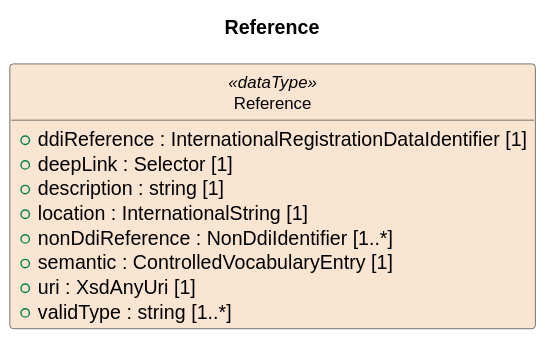
Before: build/plantuml/cdifCodelist/DataTypes/Reference.svg, a diagram exported from PlantUML (Cross-Domain-Interoperability-Framework/metadataBuildingBlocks).
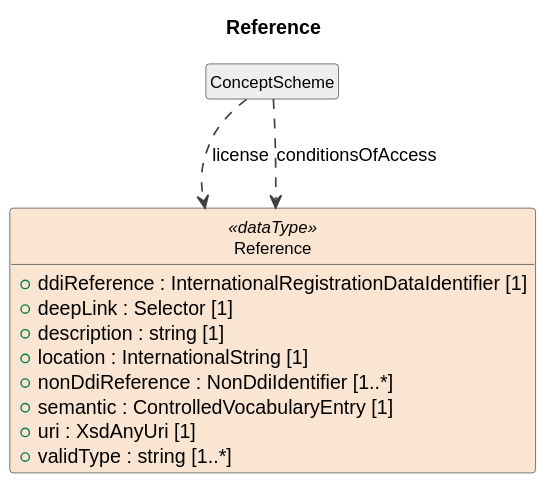
The same diagram one commit later.

Diff of the diagram source:
```diff
@@ -20,4 +20,7 @@
   +uri : XsdAnyUri [1]
   +validType : string [1..*]
 }
+class "ConceptScheme" as ConceptScheme #EEEEEE
+ConceptScheme ..> Reference : license
+ConceptScheme ..> Reference : conditionsOfAccess
 @enduml
```
